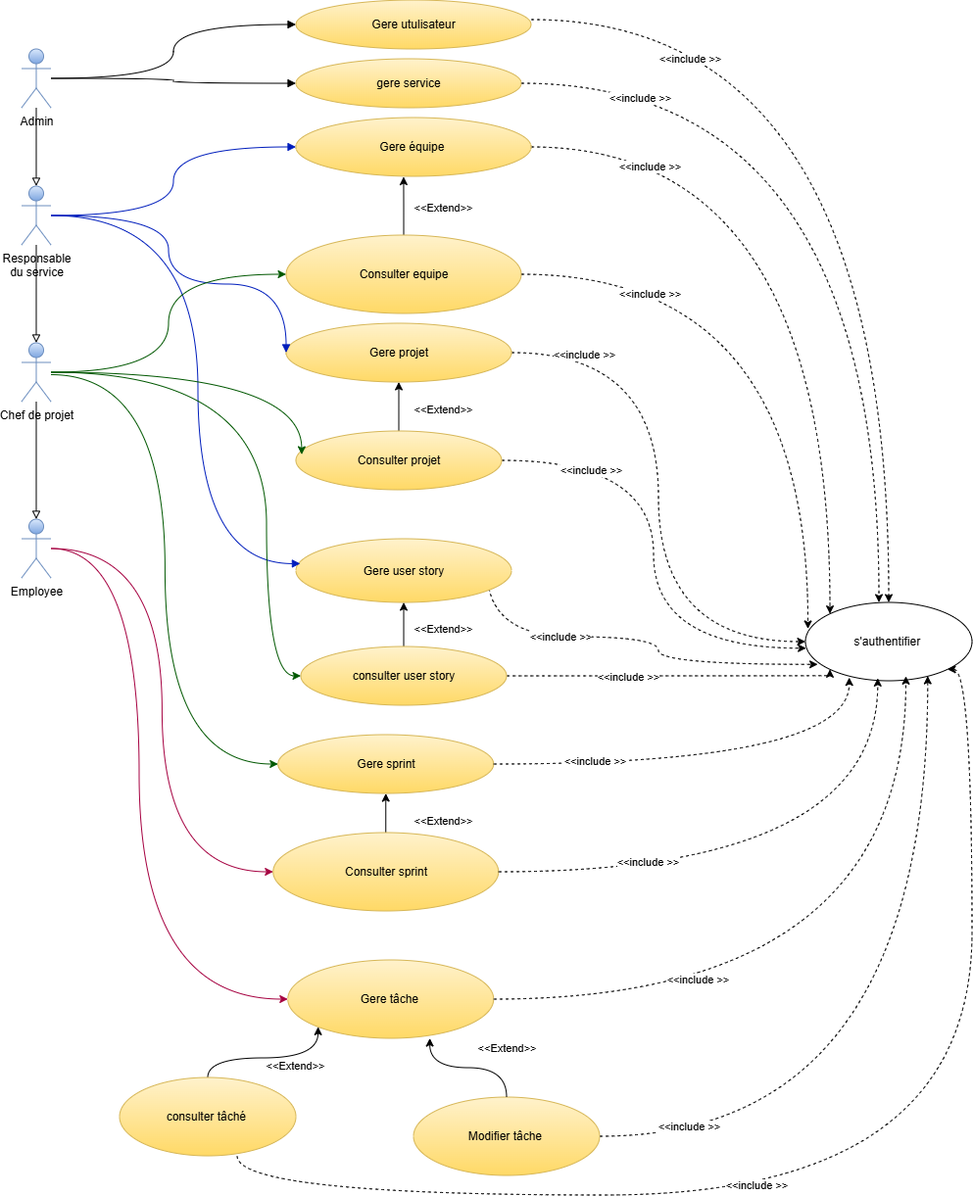
The draw.io diagram model 2/diagrame de cas utulisation informatiser.png in omarhabib5/PFEProject, before a commit. Source tidied: cells renumbered, new cells last; positions are measured from the earlier drawing's top-left corner, leaving out a move shared by most shapes.
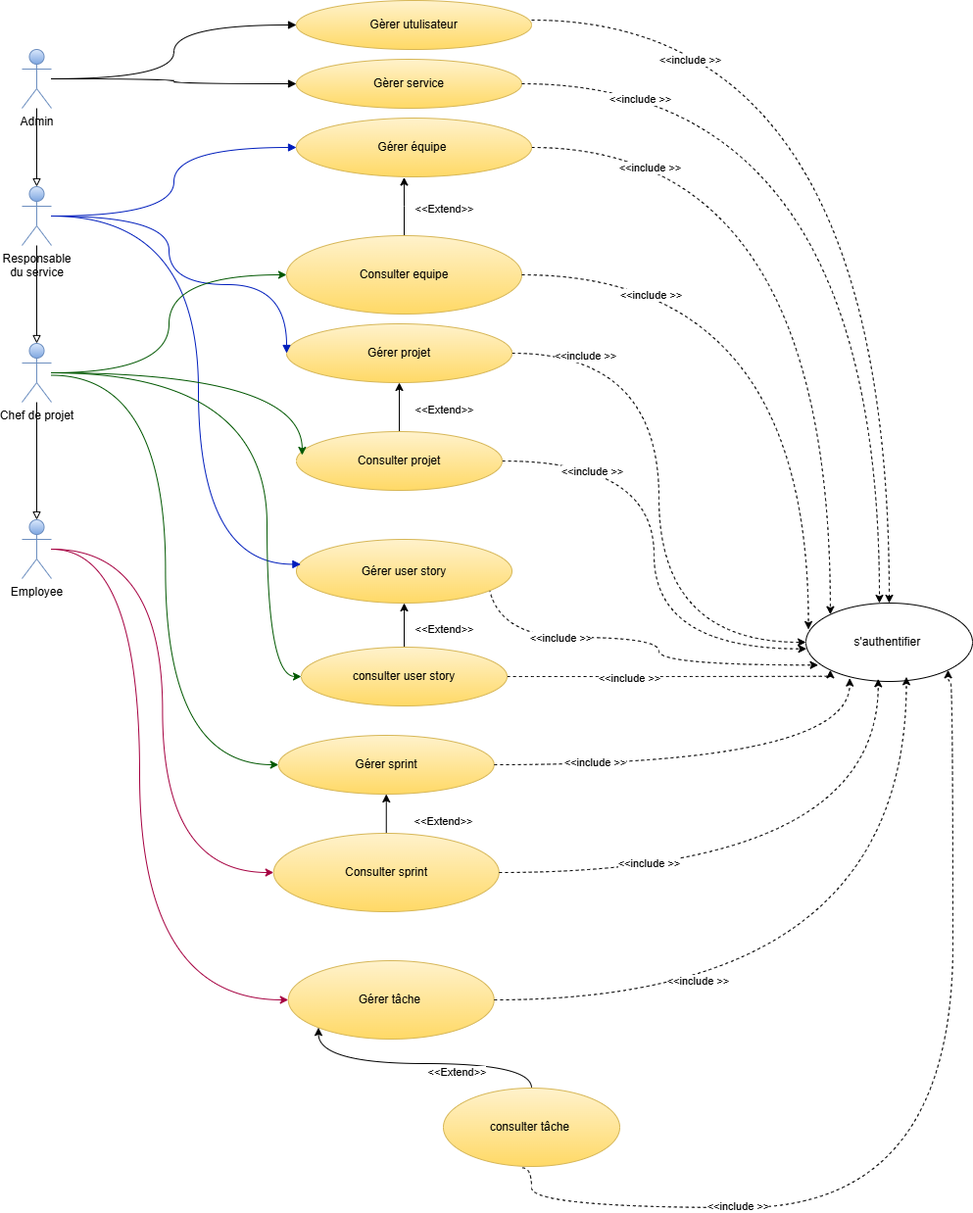
Above is the later version.

Change to the diagram source:
```diff
@@ -30,7 +30,7 @@
         <mxPoint x="-7" y="43" as="offset" />
       </mxGeometry>
     </mxCell>
-    <mxCell id="10" value="Gere utulisateur" style="ellipse;whiteSpace=wrap;html=1;fillColor=#fff2cc;strokeColor=#d6b656;gradientColor=#ffd966;" parent="1" vertex="1">
+    <mxCell id="10" value="Gèrer utulisateur" style="ellipse;whiteSpace=wrap;html=1;fillColor=#fff2cc;strokeColor=#d6b656;gradientColor=#ffd966;" parent="1" vertex="1">
       <mxGeometry x="280" width="240" height="50" as="geometry" />
     </mxCell>
     <mxCell id="11" style="edgeStyle=orthogonalEdgeStyle;rounded=0;jettySize=auto;html=1;exitX=1;exitY=0.5;exitDx=0;exitDy=0;entryX=0;entryY=0;entryDx=0;entryDy=0;dashed=1;curved=1;" parent="1" edge="1" source="13" target="46">
@@ -41,7 +41,7 @@
         <mxPoint x="-21" y="25" as="offset" />
       </mxGeometry>
     </mxCell>
-    <mxCell id="13" value="Gere équipe&amp;nbsp;" style="ellipse;whiteSpace=wrap;html=1;fillColor=#fff2cc;gradientColor=#ffd966;strokeColor=#d6b656;" parent="1" vertex="1">
+    <mxCell id="13" value="Gérer équipe&amp;nbsp;" style="ellipse;whiteSpace=wrap;html=1;fillColor=#fff2cc;gradientColor=#ffd966;strokeColor=#d6b656;" parent="1" vertex="1">
       <mxGeometry x="280" y="120" width="240" height="60" as="geometry" />
     </mxCell>
     <mxCell id="14" style="endArrow=block;html=1;rounded=0;endFill=1;edgeStyle=orthogonalEdgeStyle;curved=1;" parent="1" edge="1" source="3" target="10">
@@ -73,13 +73,13 @@
         <mxPoint x="47" y="-2" as="offset" />
       </mxGeometry>
     </mxCell>
-    <mxCell id="20" value="Gere user story" style="ellipse;whiteSpace=wrap;html=1;fillColor=#fff2cc;gradientColor=#ffd966;strokeColor=#d6b656;" parent="1" vertex="1">
+    <mxCell id="20" value="Gérer user story" style="ellipse;whiteSpace=wrap;html=1;fillColor=#fff2cc;gradientColor=#ffd966;strokeColor=#d6b656;" parent="1" vertex="1">
       <mxGeometry x="280" y="550" width="220" height="65" as="geometry" />
     </mxCell>
-    <mxCell id="21" value="Gere sprint" style="ellipse;whiteSpace=wrap;html=1;fillColor=#fff2cc;gradientColor=#ffd966;strokeColor=#d6b656;" parent="1" vertex="1">
+    <mxCell id="21" value="Gérer sprint" style="ellipse;whiteSpace=wrap;html=1;fillColor=#fff2cc;gradientColor=#ffd966;strokeColor=#d6b656;" parent="1" vertex="1">
       <mxGeometry x="261.8" y="750" width="220" height="60" as="geometry" />
     </mxCell>
-    <mxCell id="22" value="Gere tâche&amp;nbsp;" style="ellipse;whiteSpace=wrap;html=1;fillColor=#fff2cc;gradientColor=#ffd966;strokeColor=#d6b656;" parent="1" vertex="1">
+    <mxCell id="22" value="Gérer tâche&amp;nbsp;" style="ellipse;whiteSpace=wrap;html=1;fillColor=#fff2cc;gradientColor=#ffd966;strokeColor=#d6b656;" parent="1" vertex="1">
       <mxGeometry x="271.8" y="980" width="210" height="80" as="geometry" />
     </mxCell>
     <mxCell id="23" style="edgeStyle=orthogonalEdgeStyle;rounded=0;jettySize=auto;html=1;exitX=0.5;exitY=0;exitDx=0;exitDy=0;entryX=0;entryY=1;entryDx=0;entryDy=0;curved=1;" parent="1" edge="1" source="25" target="22">
@@ -90,21 +90,10 @@
         <mxPoint x="31" y="8" as="offset" />
       </mxGeometry>
     </mxCell>
-    <mxCell id="25" value="consulter tâché&amp;nbsp;" style="ellipse;whiteSpace=wrap;html=1;fillColor=#fff2cc;gradientColor=#ffd966;strokeColor=#d6b656;" parent="1" vertex="1">
-      <mxGeometry x="100" y="1100" width="180" height="80" as="geometry" />
+    <mxCell id="25" value="consulter tâche&amp;nbsp;" style="ellipse;whiteSpace=wrap;html=1;fillColor=#fff2cc;gradientColor=#ffd966;strokeColor=#d6b656;" parent="1" vertex="1">
+      <mxGeometry x="430" y="1110" width="180" height="80" as="geometry" />
     </mxCell>
-    <mxCell id="26" value="Modifier tâche&amp;nbsp;" style="ellipse;whiteSpace=wrap;html=1;fillColor=#fff2cc;gradientColor=#ffd966;strokeColor=#d6b656;" parent="1" vertex="1">
-      <mxGeometry x="400" y="1120" width="190" height="80" as="geometry" />
-    </mxCell>
-    <mxCell id="27" style="edgeStyle=orthogonalEdgeStyle;rounded=0;jettySize=auto;html=1;entryX=0.69;entryY=1;entryDx=0;entryDy=0;entryPerimeter=0;curved=1;" parent="1" edge="1" source="26" target="22">
-      <mxGeometry relative="1" as="geometry" />
-    </mxCell>
-    <mxCell id="28" value="&amp;lt;&amp;lt;Extend&amp;gt;&amp;gt;" style="edgeLabel;html=1;align=center;verticalAlign=middle;" parent="27" vertex="1">
-      <mxGeometry x="-0.29" relative="1" as="geometry">
-        <mxPoint x="19" y="-20" as="offset" />
-      </mxGeometry>
-    </mxCell>
-    <mxCell id="29" value="gere service" style="ellipse;whiteSpace=wrap;html=1;fillColor=#fff2cc;gradientColor=#ffd966;strokeColor=#d6b656;" parent="1" vertex="1">
+    <mxCell id="29" value="Gèrer service" style="ellipse;whiteSpace=wrap;html=1;fillColor=#fff2cc;gradientColor=#ffd966;strokeColor=#d6b656;" parent="1" vertex="1">
       <mxGeometry x="280" y="60" width="230" height="50" as="geometry" />
     </mxCell>
     <mxCell id="30" style="edgeStyle=orthogonalEdgeStyle;rounded=0;jettySize=auto;html=1;exitX=1;exitY=0.5;exitDx=0;exitDy=0;entryX=0;entryY=0.5;entryDx=0;entryDy=0;dashed=1;curved=1;" parent="1" edge="1" source="32" target="46">
@@ -113,7 +102,7 @@
     <mxCell id="31" value="&amp;lt;&amp;lt;include &amp;gt;&amp;gt;" style="edgeLabel;html=1;align=center;verticalAlign=middle;" parent="30" vertex="1">
       <mxGeometry x="-0.75" y="-2" relative="1" as="geometry" />
     </mxCell>
-    <mxCell id="32" value="Gere projet" style="ellipse;whiteSpace=wrap;html=1;fillColor=#fff2cc;gradientColor=#ffd966;strokeColor=#d6b656;" parent="1" vertex="1">
+    <mxCell id="32" value="Gérer projet" style="ellipse;whiteSpace=wrap;html=1;fillColor=#fff2cc;gradientColor=#ffd966;strokeColor=#d6b656;" parent="1" vertex="1">
       <mxGeometry x="270" y="330" width="230" height="60" as="geometry" />
     </mxCell>
     <mxCell id="33" style="edgeStyle=orthogonalEdgeStyle;rounded=0;jettySize=auto;html=1;" parent="1" edge="1" source="37" target="32">
@@ -267,27 +256,20 @@
         <mxPoint x="-9" y="-13" as="offset" />
       </mxGeometry>
     </mxCell>
-    <mxCell id="68" style="edgeStyle=orthogonalEdgeStyle;rounded=0;jettySize=auto;html=1;exitX=1;exitY=0.5;exitDx=0;exitDy=0;entryX=0.734;entryY=0.938;entryDx=0;entryDy=0;entryPerimeter=0;dashed=1;curved=1;" parent="1" edge="1" source="26" target="46">
-      <mxGeometry relative="1" as="geometry" />
-    </mxCell>
-    <mxCell id="69" value="&amp;lt;&amp;lt;include &amp;gt;&amp;gt;" style="edgeLabel;html=1;align=center;verticalAlign=middle;" parent="68" vertex="1">
-      <mxGeometry x="-0.77" y="2" relative="1" as="geometry">
-        <mxPoint y="-8" as="offset" />
-      </mxGeometry>
-    </mxCell>
-    <mxCell id="70" style="edgeStyle=orthogonalEdgeStyle;rounded=0;jettySize=auto;html=1;exitX=0.5;exitY=1;exitDx=0;exitDy=0;entryX=1;entryY=1;entryDx=0;entryDy=0;dashed=1;curved=1;" parent="1" edge="1" target="46">
+    <mxCell id="70" style="edgeStyle=orthogonalEdgeStyle;rounded=0;jettySize=auto;html=1;entryX=1;entryY=1;entryDx=0;entryDy=0;dashed=1;curved=1;exitX=0.449;exitY=1.018;exitDx=0;exitDy=0;exitPerimeter=0;" parent="1" edge="1" source="25" target="46">
       <mxGeometry relative="1" as="geometry">
-        <mxPoint x="220" y="1180" as="sourcePoint" />
         <Array as="points">
-          <mxPoint x="220" y="1220" />
-          <mxPoint x="970" y="1220" />
-          <mxPoint x="970" y="683" />
+          <mxPoint x="520" y="1191" />
+          <mxPoint x="520" y="1232" />
+          <mxPoint x="950" y="1232" />
+          <mxPoint x="950" y="695" />
+          <mxPoint x="945" y="695" />
         </Array>
       </mxGeometry>
     </mxCell>
     <mxCell id="71" value="&amp;lt;&amp;lt;include &amp;gt;&amp;gt;" style="edgeLabel;html=1;align=center;verticalAlign=middle;" parent="70" vertex="1">
       <mxGeometry x="-0.13" y="-2" relative="1" as="geometry">
-        <mxPoint x="-16" y="-12" as="offset" />
+        <mxPoint x="-188" y="-4" as="offset" />
       </mxGeometry>
     </mxCell>
   </root>
```
